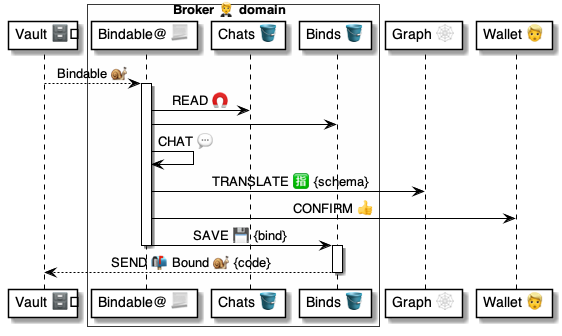
Before: 4 ⚙️ Solution/20 🧑‍🦰 UI/Brokers 🤵/🤵🅰️ Broker methods/Binds 🔗 Bindable 🗄️🐌🤵/🤵 Bindable ⚙️ uml.png, a diagram exported from PlantUML (pollyweb-org/pollyweb-docs). Its source is kept beside it as 4 ⚙️ Solution/20 🧑‍🦰 UI/Brokers 🤵/🤵🅰️ Broker methods/Binds 🔗 Bindable 🗄️🐌🤵/🤵 Bindable ⚙️ uml.puml.
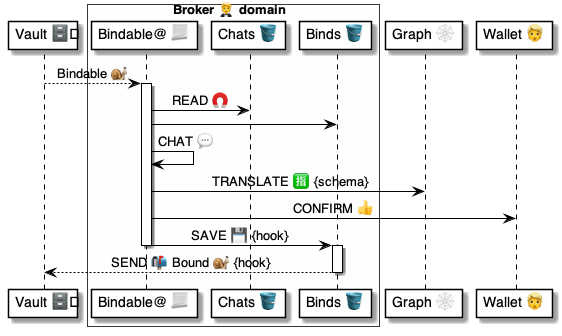
After the commit.

The edit, as a diff of the source:
```diff
@@ -22,11 +22,11 @@
     broker -> broker: CHAT 💬
     broker -> graph: TRANSLATE 🈯 {schema}
     broker -> wallet: CONFIRM 👍
-    broker -> binds: SAVE 💾 {bind}
+    broker -> binds: SAVE 💾 {hook}
 deactivate broker
 
 activate binds
-    binds --> vault: SEND 📬 Bound 🐌 {code}
+    binds --> vault: SEND 📬 Bound 🐌 {hook}
 deactivate binds
 
 
```
